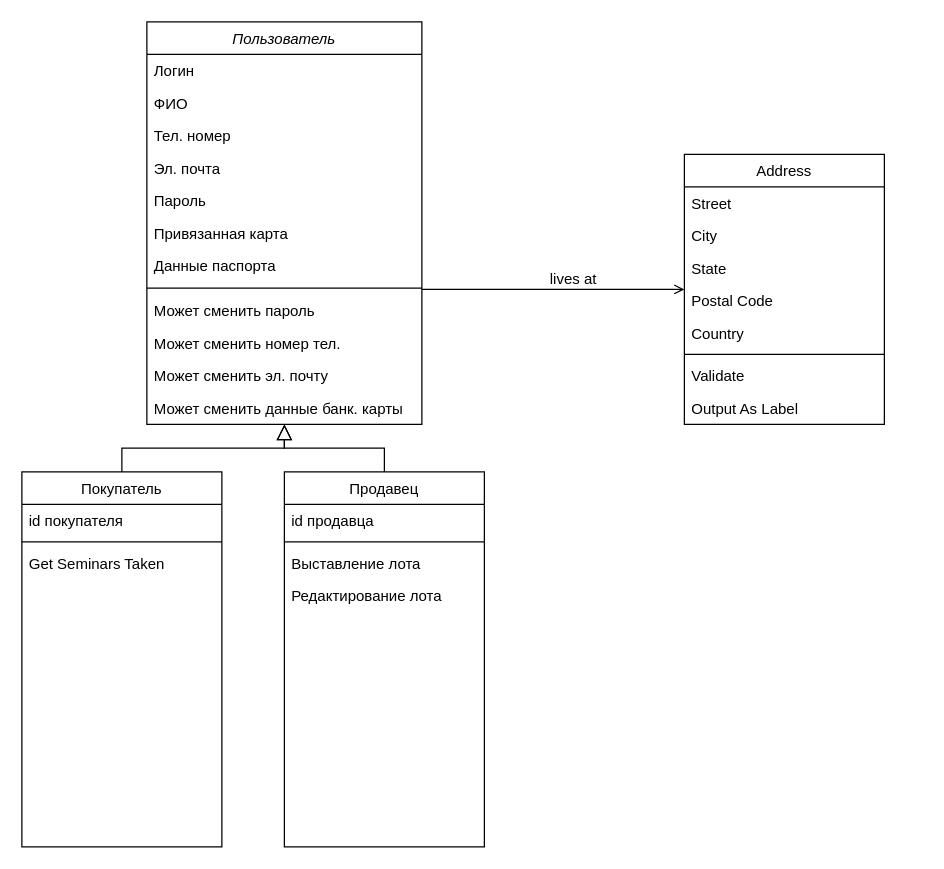
Above: аукцион.drawio in HomaGhost/Labs (draw.io), before the change. Source tidied: cells renumbered, new cells numbered last; positions are measured from the earlier drawing's top-left corner, leaving out a move shared by most shapes. Both pictures are drawn from the tidied source at 125%, with x=0, y=0 at pixel (21, 21).
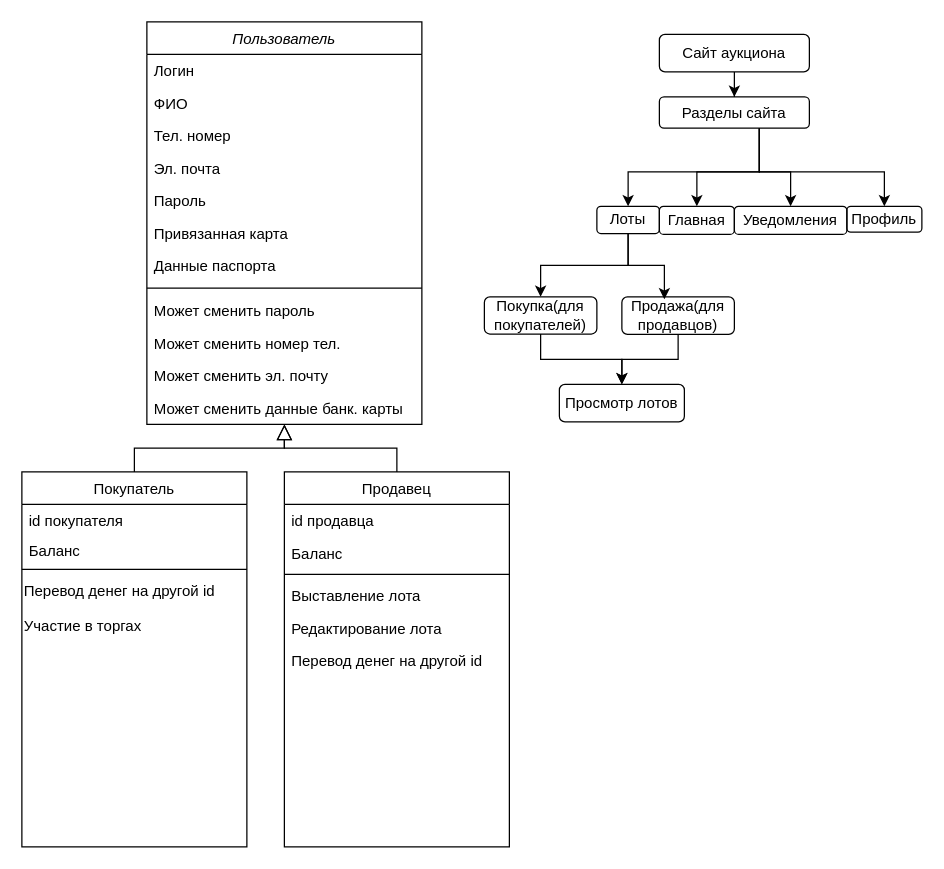
After the change.

Unchanged cells that the change refers to:
```xml
<mxCell id="2" value="Пользователь" style="swimlane;fontStyle=2;align=center;verticalAlign=top;horizontal=1;startSize=26;rounded=0;shadow=0;strokeWidth=1;" parent="1" vertex="1">
  <mxGeometry x="100" width="220" height="322" as="geometry" />
</mxCell>
```

What changed in the source:
```diff
@@
     <mxCell id="15" value="Покупатель" style="swimlane;fontStyle=0;align=center;verticalAlign=top;horizontal=1;startSize=26;rounded=0;shadow=0;strokeWidth=1;" parent="1" vertex="1">
-      <mxGeometry y="360" width="160" height="300" as="geometry" />
+      <mxGeometry y="360" width="180" height="300" as="geometry" />
     </mxCell>
     <mxCell id="16" value="id покупателя" style="text;align=left;verticalAlign=top;spacingLeft=4;spacingRight=4;overflow=hidden;rounded=0;shadow=0;html=0;" parent="15" vertex="1">
-      <mxGeometry y="26" width="160" height="26" as="geometry" />
+      <mxGeometry y="26" width="180" height="24" as="geometry" />
     </mxCell>
+    <mxCell id="37" value="Баланс" style="text;align=left;verticalAlign=top;spacingLeft=4;spacingRight=4;overflow=hidden;rounded=0;shadow=0;html=0;" parent="15" vertex="1">
+      <mxGeometry y="50" width="180" height="24" as="geometry" />
+    </mxCell>
     <mxCell id="17" style="line;html=1;strokeWidth=1;align=left;verticalAlign=middle;spacingTop=-1;spacingLeft=3;spacingRight=3;labelPosition=right;" parent="15" vertex="1">
-      <mxGeometry y="52" width="160" height="8" as="geometry" />
+      <mxGeometry y="74" width="180" height="8" as="geometry" />
     </mxCell>
-    <mxCell id="18" value="Get Seminars Taken" style="text;align=left;verticalAlign=top;spacingLeft=4;spacingRight=4;overflow=hidden;" parent="15" vertex="1">
-      <mxGeometry y="60" width="160" height="26" as="geometry" />
-    </mxCell>
+    <mxCell id="38" value="Перевод денег на другой id" style="text;whiteSpace=wrap;html=1;" parent="15" vertex="1">
+      <mxGeometry y="82" width="180" height="28" as="geometry" />
+    </mxCell>
+    <mxCell id="39" value="Участие в торгах" style="text;whiteSpace=wrap;html=1;" parent="15" vertex="1">
+      <mxGeometry y="110" width="180" height="28" as="geometry" />
+    </mxCell>
@@
     <mxCell id="20" value="Продавец" style="swimlane;fontStyle=0;align=center;verticalAlign=top;horizontal=1;startSize=26;rounded=0;shadow=0;strokeWidth=1;" parent="1" vertex="1">
-      <mxGeometry x="210" y="360" width="160" height="300" as="geometry" />
+      <mxGeometry x="210" y="360" width="180" height="300" as="geometry" />
     </mxCell>
     <mxCell id="21" value="id продавца" style="text;align=left;verticalAlign=top;spacingLeft=4;spacingRight=4;overflow=hidden;" parent="20" vertex="1">
-      <mxGeometry y="26" width="160" height="26" as="geometry" />
+      <mxGeometry y="26" width="180" height="26" as="geometry" />
     </mxCell>
+    <mxCell id="40" value="Баланс" style="text;align=left;verticalAlign=top;spacingLeft=4;spacingRight=4;overflow=hidden;" parent="20" vertex="1">
+      <mxGeometry y="52" width="180" height="26" as="geometry" />
+    </mxCell>
     <mxCell id="22" style="line;html=1;strokeWidth=1;align=left;verticalAlign=middle;spacingTop=-1;spacingLeft=3;spacingRight=3;labelPosition=right;" parent="20" vertex="1">
-      <mxGeometry y="52" width="160" height="8" as="geometry" />
+      <mxGeometry y="78" width="180" height="8" as="geometry" />
     </mxCell>
     <mxCell id="23" value="Выставление лота" style="text;align=left;verticalAlign=top;spacingLeft=4;spacingRight=4;overflow=hidden;" parent="20" vertex="1">
-      <mxGeometry y="60" width="160" height="26" as="geometry" />
+      <mxGeometry y="86" width="180" height="26" as="geometry" />
     </mxCell>
     <mxCell id="24" value="Редактирование лота" style="text;align=left;verticalAlign=top;spacingLeft=4;spacingRight=4;overflow=hidden;" parent="20" vertex="1">
-      <mxGeometry y="86" width="160" height="26" as="geometry" />
+      <mxGeometry y="112" width="180" height="26" as="geometry" />
     </mxCell>
+    <mxCell id="41" value="Перевод денег на другой id" style="text;align=left;verticalAlign=top;spacingLeft=4;spacingRight=4;overflow=hidden;" parent="20" vertex="1">
+      <mxGeometry y="138" width="180" height="26" as="geometry" />
+    </mxCell>
@@
-    <mxCell id="26" value="Address" style="swimlane;fontStyle=0;align=center;verticalAlign=top;horizontal=1;startSize=26;rounded=0;shadow=0;strokeWidth=1;" parent="1" vertex="1">
-      <mxGeometry x="530" y="106" width="160" height="216" as="geometry" />
-    </mxCell>
-    <mxCell id="27" value="Street" style="text;align=left;verticalAlign=top;spacingLeft=4;spacingRight=4;overflow=hidden;" parent="26" vertex="1">
-      <mxGeometry y="26" width="160" height="26" as="geometry" />
-    </mxCell>
-    <mxCell id="28" value="City" style="text;align=left;verticalAlign=top;spacingLeft=4;spacingRight=4;overflow=hidden;rounded=0;shadow=0;html=0;" parent="26" vertex="1">
-      <mxGeometry y="52" width="160" height="26" as="geometry" />
-    </mxCell>
-    <mxCell id="29" value="State" style="text;align=left;verticalAlign=top;spacingLeft=4;spacingRight=4;overflow=hidden;rounded=0;shadow=0;html=0;" parent="26" vertex="1">
-      <mxGeometry y="78" width="160" height="26" as="geometry" />
-    </mxCell>
-    <mxCell id="30" value="Postal Code" style="text;align=left;verticalAlign=top;spacingLeft=4;spacingRight=4;overflow=hidden;rounded=0;shadow=0;html=0;" parent="26" vertex="1">
-      <mxGeometry y="104" width="160" height="26" as="geometry" />
-    </mxCell>
-    <mxCell id="31" value="Country" style="text;align=left;verticalAlign=top;spacingLeft=4;spacingRight=4;overflow=hidden;rounded=0;shadow=0;html=0;" parent="26" vertex="1">
-      <mxGeometry y="130" width="160" height="26" as="geometry" />
-    </mxCell>
-    <mxCell id="32" style="line;html=1;strokeWidth=1;align=left;verticalAlign=middle;spacingTop=-1;spacingLeft=3;spacingRight=3;labelPosition=right;" parent="26" vertex="1">
-      <mxGeometry y="156" width="160" height="8" as="geometry" />
-    </mxCell>
-    <mxCell id="33" value="Validate" style="text;align=left;verticalAlign=top;spacingLeft=4;spacingRight=4;overflow=hidden;" parent="26" vertex="1">
-      <mxGeometry y="164" width="160" height="26" as="geometry" />
-    </mxCell>
-    <mxCell id="34" value="Output As Label" style="text;align=left;verticalAlign=top;spacingLeft=4;spacingRight=4;overflow=hidden;" parent="26" vertex="1">
-      <mxGeometry y="190" width="160" height="26" as="geometry" />
-    </mxCell>
-    <mxCell id="35" style="endArrow=open;shadow=0;strokeWidth=1;rounded=0;endFill=1;edgeStyle=elbowEdgeStyle;elbow=vertical;" parent="1" edge="1" source="2" target="26">
-      <mxGeometry x="0.5" y="41" relative="1" as="geometry">
-        <mxPoint x="-40" y="32" as="offset" />
-      </mxGeometry>
-    </mxCell>
-    <mxCell id="36" value="lives at" style="text;html=1;align=center;verticalAlign=middle;labelBackgroundColor=none;rounded=0;shadow=0;strokeWidth=1;fontSize=12;" parent="35" vertex="1">
-      <mxGeometry x="0.5" y="49" relative="1" as="geometry">
-        <mxPoint x="-38" y="40" as="offset" />
-      </mxGeometry>
-    </mxCell>
+    <mxCell id="42" style="edgeStyle=orthogonalEdgeStyle;rounded=0;jettySize=auto;html=1;" parent="1" edge="1" source="43" target="48">
+      <mxGeometry relative="1" as="geometry" />
+    </mxCell>
+    <mxCell id="43" value="Сайт аукциона" style="rounded=1;whiteSpace=wrap;html=1;fillColor=none;shadow=0;" parent="1" vertex="1">
+      <mxGeometry x="510" y="10" width="120" height="30" as="geometry" />
+    </mxCell>
+    <mxCell id="44" style="edgeStyle=orthogonalEdgeStyle;rounded=0;jettySize=auto;html=1;" parent="1" edge="1" source="48" target="49">
+      <mxGeometry relative="1" as="geometry">
+        <Array as="points">
+          <mxPoint x="590" y="120" />
+          <mxPoint x="540" y="120" />
+        </Array>
+      </mxGeometry>
+    </mxCell>
+    <mxCell id="45" style="edgeStyle=orthogonalEdgeStyle;rounded=0;jettySize=auto;html=1;" parent="1" edge="1" source="48" target="52">
+      <mxGeometry relative="1" as="geometry">
+        <Array as="points">
+          <mxPoint x="590" y="120" />
+          <mxPoint x="485" y="120" />
+        </Array>
+      </mxGeometry>
+    </mxCell>
+    <mxCell id="46" style="edgeStyle=orthogonalEdgeStyle;rounded=0;jettySize=auto;html=1;" parent="1" edge="1" source="48" target="53">
+      <mxGeometry relative="1" as="geometry">
+        <Array as="points">
+          <mxPoint x="590" y="120" />
+          <mxPoint x="615" y="120" />
+        </Array>
+      </mxGeometry>
+    </mxCell>
+    <mxCell id="47" style="edgeStyle=orthogonalEdgeStyle;rounded=0;jettySize=auto;html=1;" parent="1" edge="1" source="48" target="54">
+      <mxGeometry relative="1" as="geometry">
+        <Array as="points">
+          <mxPoint x="590" y="120" />
+          <mxPoint x="690" y="120" />
+        </Array>
+      </mxGeometry>
+    </mxCell>
+    <mxCell id="48" value="Разделы сайта" style="whiteSpace=wrap;html=1;fillColor=none;rounded=1;shadow=0;" parent="1" vertex="1">
+      <mxGeometry x="510" y="60" width="120" height="25" as="geometry" />
+    </mxCell>
+    <mxCell id="49" value="Главная" style="whiteSpace=wrap;html=1;fillColor=none;rounded=1;shadow=0;" parent="1" vertex="1">
+      <mxGeometry x="510" y="147.5" width="60" height="22.5" as="geometry" />
+    </mxCell>
+    <mxCell id="50" style="edgeStyle=orthogonalEdgeStyle;rounded=0;jettySize=auto;html=1;" parent="1" edge="1" source="52" target="56">
+      <mxGeometry relative="1" as="geometry" />
+    </mxCell>
+    <mxCell id="51" style="edgeStyle=orthogonalEdgeStyle;rounded=0;jettySize=auto;html=1;entryX=0.378;entryY=0.066;entryDx=0;entryDy=0;entryPerimeter=0;" parent="1" edge="1" source="52" target="58">
+      <mxGeometry relative="1" as="geometry" />
+    </mxCell>
+    <mxCell id="52" value="Лоты" style="whiteSpace=wrap;html=1;fillColor=none;rounded=1;shadow=0;" parent="1" vertex="1">
+      <mxGeometry x="460" y="147.5" width="50" height="21.9" as="geometry" />
+    </mxCell>
+    <mxCell id="53" value="Уведомления" style="whiteSpace=wrap;html=1;fillColor=none;rounded=1;shadow=0;" parent="1" vertex="1">
+      <mxGeometry x="570" y="147.5" width="90" height="22.5" as="geometry" />
+    </mxCell>
+    <mxCell id="54" value="Профиль" style="whiteSpace=wrap;html=1;fillColor=none;rounded=1;shadow=0;" parent="1" vertex="1">
+      <mxGeometry x="660" y="147.5" width="60" height="20.7" as="geometry" />
+    </mxCell>
+    <mxCell id="55" style="edgeStyle=orthogonalEdgeStyle;rounded=0;jettySize=auto;html=1;" parent="1" edge="1" source="56" target="59">
+      <mxGeometry relative="1" as="geometry" />
+    </mxCell>
+    <mxCell id="56" value="Покупка(для покупателей)" style="whiteSpace=wrap;html=1;fillColor=none;rounded=1;shadow=0;" parent="1" vertex="1">
+      <mxGeometry x="370" y="220" width="90" height="29.7" as="geometry" />
+    </mxCell>
+    <mxCell id="57" style="edgeStyle=orthogonalEdgeStyle;rounded=0;jettySize=auto;html=1;" parent="1" edge="1" source="58" target="59">
+      <mxGeometry relative="1" as="geometry" />
+    </mxCell>
+    <mxCell id="58" value="Продажа(для продавцов)" style="whiteSpace=wrap;html=1;fillColor=none;rounded=1;shadow=0;" parent="1" vertex="1">
+      <mxGeometry x="480" y="220" width="90" height="30" as="geometry" />
+    </mxCell>
+    <mxCell id="59" value="Просмотр лотов" style="whiteSpace=wrap;html=1;fillColor=none;rounded=1;shadow=0;" parent="1" vertex="1">
+      <mxGeometry x="430" y="290" width="100" height="30" as="geometry" />
+    </mxCell>
```
